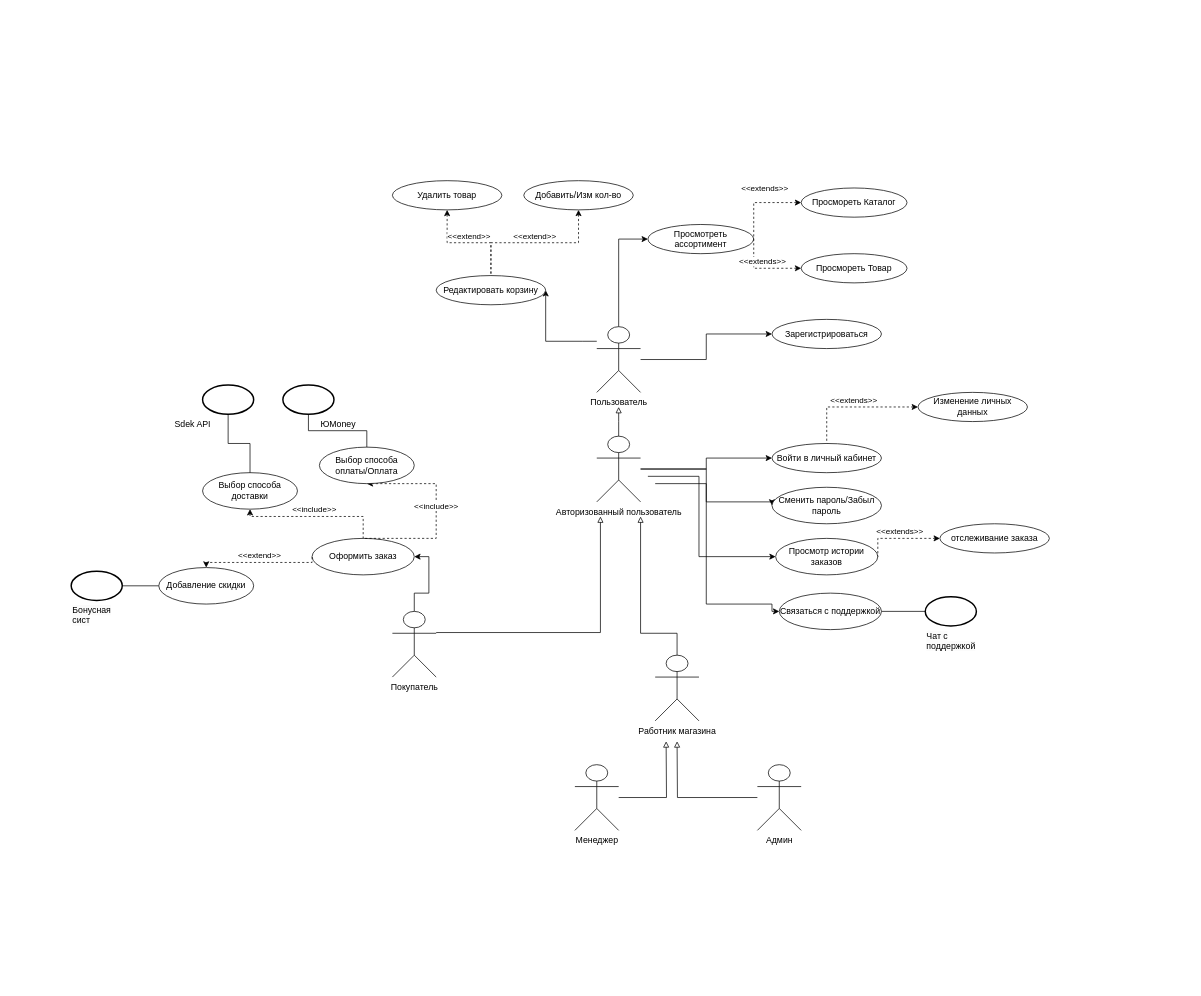
This is use-case.drawio from deZKI/store_django, a draw.io file, before an edit. Source tidied: cells renumbered, new cells numbered last; positions are measured from the earlier drawing's top-left corner, leaving out a move shared by most shapes. Both pictures are drawn from the tidied source at 73%, with x=0, y=0 at pixel (71, 180).
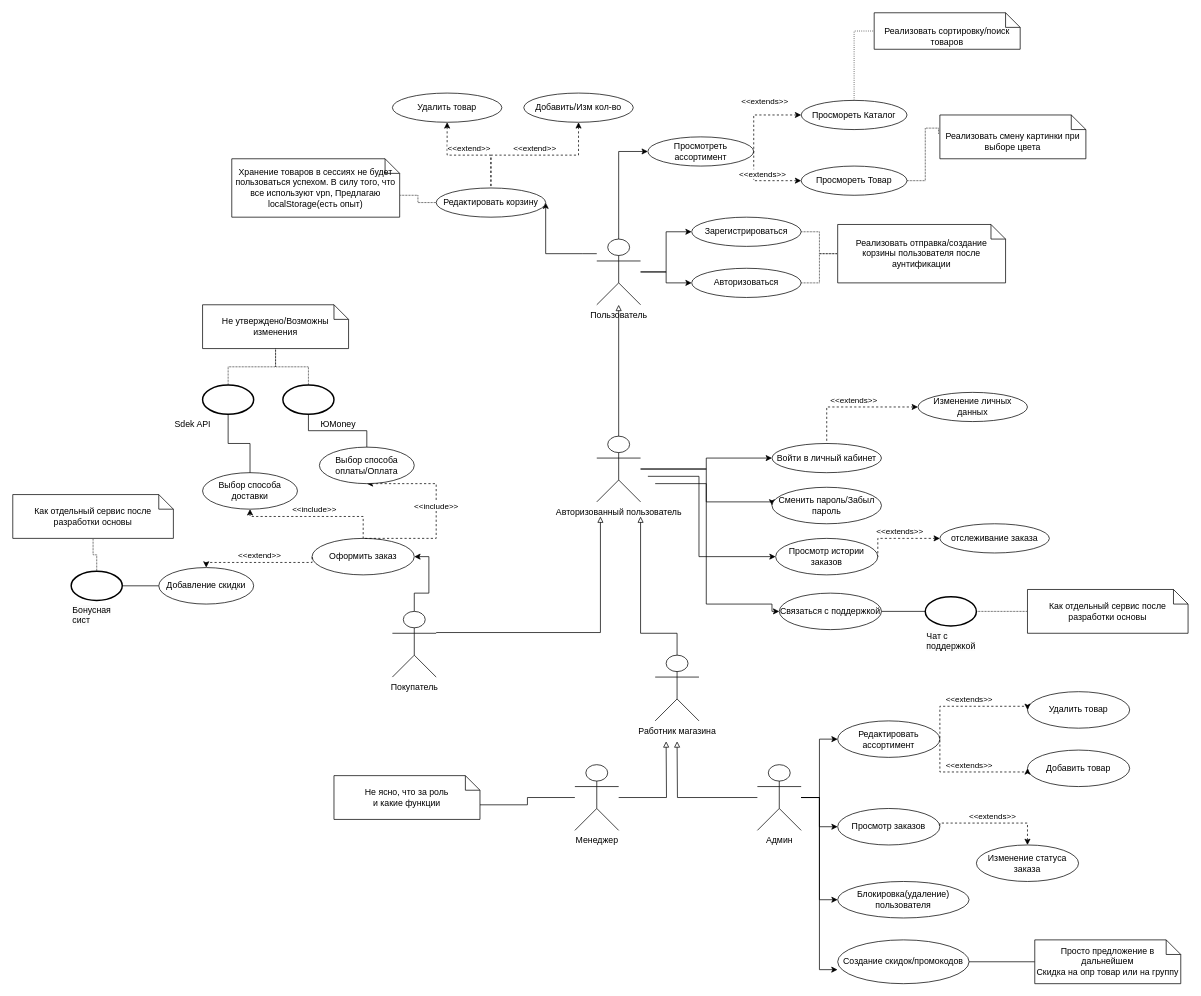
The same page after the edit.

Unchanged cells that the change refers to:
```xml
<mxCell id="5" value="Авторизованный пользователь" style="shape=umlActor;verticalLabelPosition=bottom;verticalAlign=top;html=1;outlineConnect=0;" parent="1" vertex="1">
  <mxGeometry x="720" y="350" width="60" height="90" as="geometry" />
</mxCell>
<mxCell id="11" value="Менеджер" style="shape=umlActor;verticalLabelPosition=bottom;verticalAlign=top;html=1;outlineConnect=0;" parent="1" vertex="1">
  <mxGeometry x="690" y="800" width="60" height="90" as="geometry" />
</mxCell>
<mxCell id="12" value="Админ&lt;br&gt;" style="shape=umlActor;verticalLabelPosition=bottom;verticalAlign=top;html=1;outlineConnect=0;" parent="1" vertex="1">
  <mxGeometry x="940" y="800" width="60" height="90" as="geometry" />
</mxCell>
<mxCell id="40" style="strokeWidth=2;html=1;shape=mxgraph.flowchart.start_2;whiteSpace=wrap;" parent="1" vertex="1">
  <mxGeometry y="535" width="70" height="40" as="geometry" />
</mxCell>
<mxCell id="42" style="strokeWidth=2;html=1;shape=mxgraph.flowchart.start_2;whiteSpace=wrap;" parent="1" vertex="1">
  <mxGeometry x="180" y="280" width="70" height="40" as="geometry" />
</mxCell>
<mxCell id="45" style="strokeWidth=2;html=1;shape=mxgraph.flowchart.start_2;whiteSpace=wrap;" parent="1" vertex="1">
  <mxGeometry x="290" y="280" width="70" height="40" as="geometry" />
</mxCell>
<mxCell id="57" style="strokeWidth=2;html=1;shape=mxgraph.flowchart.start_2;whiteSpace=wrap;" parent="1" vertex="1">
  <mxGeometry x="1170" y="570" width="70" height="40" as="geometry" />
</mxCell>
```

The edit, as a diff of the source:
```diff
@@
+    <mxCell id="59" style="edgeStyle=orthogonalEdgeStyle;rounded=0;jettySize=auto;html=1;entryX=0;entryY=0;entryDx=200;entryDy=40;entryPerimeter=0;endArrow=none;endFill=0;" parent="1" edge="1" source="11" target="90">
+      <mxGeometry relative="1" as="geometry" />
+    </mxCell>
@@
+    <mxCell id="60" style="edgeStyle=orthogonalEdgeStyle;rounded=0;jettySize=auto;html=1;entryX=0;entryY=0.5;entryDx=0;entryDy=0;" parent="1" edge="1" source="12" target="82">
+      <mxGeometry relative="1" as="geometry" />
+    </mxCell>
+    <mxCell id="61" style="edgeStyle=orthogonalEdgeStyle;rounded=0;jettySize=auto;html=1;entryX=0;entryY=0.5;entryDx=0;entryDy=0;" parent="1" edge="1" source="12" target="87">
+      <mxGeometry relative="1" as="geometry" />
+    </mxCell>
+    <mxCell id="62" style="edgeStyle=orthogonalEdgeStyle;rounded=0;jettySize=auto;html=1;entryX=0;entryY=0.5;entryDx=0;entryDy=0;" parent="1" edge="1" source="12" target="91">
+      <mxGeometry relative="1" as="geometry" />
+    </mxCell>
+    <mxCell id="63" style="edgeStyle=orthogonalEdgeStyle;rounded=0;jettySize=auto;html=1;entryX=-0.001;entryY=0.68;entryDx=0;entryDy=0;entryPerimeter=0;" parent="1" edge="1" source="12" target="92">
+      <mxGeometry relative="1" as="geometry" />
+    </mxCell>
@@
     <mxCell id="18" value="Просмотреть ассортимент" style="ellipse;whiteSpace=wrap;html=1;" parent="1" vertex="1">
-      <mxGeometry x="790" y="60" width="145" height="40" as="geometry" />
+      <mxGeometry x="790" y="-60" width="145" height="40" as="geometry" />
     </mxCell>
     <mxCell id="19" style="edgeStyle=orthogonalEdgeStyle;rounded=0;jettySize=auto;html=1;entryX=1;entryY=0.5;entryDx=0;entryDy=0;" parent="1" edge="1" source="21" target="23">
       <mxGeometry relative="1" as="geometry">
         <Array as="points">
-          <mxPoint x="700" y="220" />
-          <mxPoint x="700" y="220" />
+          <mxPoint x="700" y="100" />
+          <mxPoint x="700" y="100" />
         </Array>
       </mxGeometry>
     </mxCell>
     <mxCell id="20" style="edgeStyle=orthogonalEdgeStyle;rounded=0;jettySize=auto;html=1;entryX=0;entryY=0.5;entryDx=0;entryDy=0;" parent="1" edge="1" source="21" target="18">
       <mxGeometry relative="1" as="geometry">
         <Array as="points">
-          <mxPoint x="750" y="80" />
+          <mxPoint x="750" y="-40" />
         </Array>
       </mxGeometry>
     </mxCell>
     <mxCell id="21" value="Пользователь&lt;br&gt;" style="shape=umlActor;verticalLabelPosition=bottom;verticalAlign=top;html=1;outlineConnect=0;" parent="1" vertex="1">
-      <mxGeometry x="720" y="200" width="60" height="90" as="geometry" />
+      <mxGeometry x="720" y="80" width="60" height="90" as="geometry" />
     </mxCell>
-    <mxCell id="22" style="edgeStyle=orthogonalEdgeStyle;rounded=0;jettySize=auto;html=1;endArrow=block;endFill=0;" parent="1" edge="1" source="5">
-      <mxGeometry relative="1" as="geometry">
-        <mxPoint x="750" y="310" as="targetPoint" />
-      </mxGeometry>
+    <mxCell id="22" style="edgeStyle=orthogonalEdgeStyle;rounded=0;jettySize=auto;html=1;endArrow=block;endFill=0;" parent="1" edge="1" source="5" target="21">
+      <mxGeometry relative="1" as="geometry" />
     </mxCell>
+    <mxCell id="64" style="edgeStyle=orthogonalEdgeStyle;rounded=0;jettySize=auto;html=1;entryX=0;entryY=0;entryDx=230;entryDy=50;entryPerimeter=0;endArrow=none;endFill=0;dashed=1;dashPattern=1 1;" parent="1" edge="1" source="23" target="81">
+      <mxGeometry relative="1" as="geometry" />
+    </mxCell>
     <mxCell id="23" value="Редактировать корзину" style="ellipse;whiteSpace=wrap;html=1;" parent="1" vertex="1">
-      <mxGeometry x="500" y="130" width="150" height="40" as="geometry" />
+      <mxGeometry x="500" y="10" width="150" height="40" as="geometry" />
     </mxCell>
@@
     <mxCell id="25" value="Добавить/Изм кол-во" style="ellipse;whiteSpace=wrap;html=1;" parent="1" vertex="1">
-      <mxGeometry x="620" width="150" height="40" as="geometry" />
+      <mxGeometry x="620" y="-120" width="150" height="40" as="geometry" />
     </mxCell>
     <mxCell id="26" value="Удалить товар" style="ellipse;whiteSpace=wrap;html=1;" parent="1" vertex="1">
-      <mxGeometry x="440" width="150" height="40" as="geometry" />
+      <mxGeometry x="440" y="-120" width="150" height="40" as="geometry" />
     </mxCell>
-    <mxCell id="27" value="&amp;lt;&amp;lt;extend&amp;gt;&amp;gt;" style="html=1;verticalAlign=bottom;endArrow=none;dashed=1;endSize=8;edgeStyle=elbowEdgeStyle;elbow=vertical;curved=0;rounded=0;startArrow=classic;startFill=1;endFill=0;entryX=0.5;entryY=0;entryDx=0;entryDy=0;exitX=0.5;exitY=1;exitDx=0;exitDy=0;" parent="1" edge="1" source="26" target="23">
-      <mxGeometry relative="1" as="geometry" />
+    <mxCell id="27" value="&amp;lt;&amp;lt;extend&amp;gt;&amp;gt;" style="html=1;verticalAlign=bottom;endArrow=none;dashed=1;endSize=8;edgeStyle=elbowEdgeStyle;elbow=vertical;curved=0;rounded=0;startArrow=classic;startFill=1;endFill=0;entryX=0.5;entryY=0;entryDx=0;entryDy=0;exitX=0.5;exitY=1;exitDx=0;exitDy=0;" parent="1" edge="1" target="23">
+      <mxGeometry relative="1" as="geometry">
+        <mxPoint x="515" y="-80" as="sourcePoint" />
+      </mxGeometry>
     </mxCell>
+    <mxCell id="65" style="edgeStyle=orthogonalEdgeStyle;rounded=0;jettySize=auto;html=1;entryX=0;entryY=0.5;entryDx=0;entryDy=0;entryPerimeter=0;endArrow=none;endFill=0;dashed=1;dashPattern=1 2;" parent="1" edge="1" source="28" target="76">
+      <mxGeometry relative="1" as="geometry" />
+    </mxCell>
     <mxCell id="28" value="Просмореть Каталог" style="ellipse;whiteSpace=wrap;html=1;" parent="1" vertex="1">
-      <mxGeometry x="1000" y="10" width="145" height="40" as="geometry" />
+      <mxGeometry x="1000" y="-110" width="145" height="40" as="geometry" />
     </mxCell>
+    <mxCell id="66" style="edgeStyle=orthogonalEdgeStyle;rounded=0;jettySize=auto;html=1;entryX=-0.009;entryY=0.265;entryDx=0;entryDy=0;entryPerimeter=0;startArrow=none;startFill=0;endArrow=none;endFill=0;dashed=1;dashPattern=1 1;" parent="1" edge="1" source="29">
+      <mxGeometry relative="1" as="geometry">
+        <mxPoint x="1188.2" y="-64.1" as="targetPoint" />
+        <Array as="points">
+          <mxPoint x="1170" />
+          <mxPoint x="1170" y="-72" />
+        </Array>
+      </mxGeometry>
+    </mxCell>
     <mxCell id="29" value="Просмореть Товар" style="ellipse;whiteSpace=wrap;html=1;" parent="1" vertex="1">
-      <mxGeometry x="1000" y="100" width="145" height="40" as="geometry" />
+      <mxGeometry x="1000" y="-20" width="145" height="40" as="geometry" />
     </mxCell>
     <mxCell id="30" value="&amp;lt;&amp;lt;extends&amp;gt;&amp;gt;" style="html=1;verticalAlign=bottom;endArrow=none;dashed=1;endSize=8;edgeStyle=elbowEdgeStyle;elbow=vertical;curved=0;rounded=0;startArrow=classic;startFill=1;endFill=0;entryX=1;entryY=0.5;entryDx=0;entryDy=0;exitX=0;exitY=0.5;exitDx=0;exitDy=0;" parent="1" edge="1" source="28" target="18">
       <mxGeometry x="-0.13" y="-10" relative="1" as="geometry">
         <Array as="points">
-          <mxPoint x="880" y="30" />
-          <mxPoint x="880" y="10" />
+          <mxPoint x="880" y="-90" />
+          <mxPoint x="880" y="-110" />
         </Array>
       </mxGeometry>
     </mxCell>
     <mxCell id="31" value="&amp;lt;&amp;lt;extends&amp;gt;&amp;gt;" style="html=1;verticalAlign=bottom;endArrow=none;dashed=1;endSize=8;edgeStyle=elbowEdgeStyle;elbow=vertical;curved=0;rounded=0;startArrow=classic;startFill=1;endFill=0;entryX=1;entryY=0.5;entryDx=0;entryDy=0;exitX=0;exitY=0.5;exitDx=0;exitDy=0;" parent="1" edge="1" source="29" target="18">
       <mxGeometry relative="1" as="geometry">
         <Array as="points">
-          <mxPoint x="970" y="120" />
+          <mxPoint x="970" />
         </Array>
       </mxGeometry>
     </mxCell>
@@
+    <mxCell id="67" style="edgeStyle=orthogonalEdgeStyle;rounded=0;jettySize=auto;html=1;entryX=0;entryY=0.5;entryDx=0;entryDy=0;entryPerimeter=0;endArrow=none;endFill=0;dashed=1;dashPattern=1 1;" parent="1" edge="1" source="39" target="75">
+      <mxGeometry relative="1" as="geometry" />
+    </mxCell>
     <mxCell id="39" value="Зарегистрироваться" style="ellipse;whiteSpace=wrap;html=1;" parent="1" vertex="1">
-      <mxGeometry x="960" y="190" width="150" height="40" as="geometry" />
+      <mxGeometry x="850" y="50" width="150" height="40" as="geometry" />
     </mxCell>
+    <mxCell id="68" style="edgeStyle=orthogonalEdgeStyle;rounded=0;jettySize=auto;html=1;entryX=0.5;entryY=1;entryDx=0;entryDy=0;entryPerimeter=0;endArrow=none;endFill=0;dashed=1;dashPattern=1 1;" parent="1" edge="1" source="40" target="79">
+      <mxGeometry relative="1" as="geometry" />
+    </mxCell>
@@
+    <mxCell id="69" style="edgeStyle=orthogonalEdgeStyle;rounded=0;jettySize=auto;html=1;entryX=0.5;entryY=1;entryDx=0;entryDy=0;entryPerimeter=0;endArrow=none;endFill=0;dashed=1;dashPattern=1 1;" parent="1" edge="1" source="42" target="78">
+      <mxGeometry relative="1" as="geometry" />
+    </mxCell>
@@
+    <mxCell id="70" style="edgeStyle=orthogonalEdgeStyle;rounded=0;jettySize=auto;html=1;entryX=0.5;entryY=1;entryDx=0;entryDy=0;entryPerimeter=0;startArrow=none;startFill=0;endArrow=none;endFill=0;dashed=1;dashPattern=1 1;" parent="1" edge="1" source="45" target="78">
+      <mxGeometry relative="1" as="geometry" />
+    </mxCell>
@@
+    <mxCell id="71" style="edgeStyle=orthogonalEdgeStyle;rounded=0;jettySize=auto;html=1;entryX=0;entryY=0.5;entryDx=0;entryDy=0;entryPerimeter=0;dashed=1;dashPattern=1 1;endArrow=none;endFill=0;" parent="1" edge="1" source="57" target="80">
+      <mxGeometry relative="1" as="geometry" />
+    </mxCell>
@@
+    <mxCell id="72" style="edgeStyle=orthogonalEdgeStyle;rounded=0;jettySize=auto;html=1;entryX=0;entryY=0.5;entryDx=0;entryDy=0;entryPerimeter=0;dashed=1;dashPattern=1 1;endArrow=none;endFill=0;" parent="1" edge="1" source="73" target="75">
+      <mxGeometry relative="1" as="geometry" />
+    </mxCell>
+    <mxCell id="73" value="Авторизоваться" style="ellipse;whiteSpace=wrap;html=1;" parent="1" vertex="1">
+      <mxGeometry x="850" y="120" width="150" height="40" as="geometry" />
+    </mxCell>
+    <mxCell id="74" style="edgeStyle=orthogonalEdgeStyle;rounded=0;jettySize=auto;html=1;entryX=0;entryY=0.5;entryDx=0;entryDy=0;" parent="1" edge="1" source="21" target="73">
+      <mxGeometry relative="1" as="geometry" />
+    </mxCell>
+    <mxCell id="75" value="Реализовать отправка/создание корзины пользователя после аунтификации" style="shape=note;size=20;whiteSpace=wrap;html=1;" parent="1" vertex="1">
+      <mxGeometry x="1050" y="60" width="230" height="80" as="geometry" />
+    </mxCell>
+    <mxCell id="76" value="&lt;br&gt;Реализовать сортировку/поиск товаров" style="shape=note;size=20;whiteSpace=wrap;html=1;" parent="1" vertex="1">
+      <mxGeometry x="1100" y="-230" width="200" height="50" as="geometry" />
+    </mxCell>
+    <mxCell id="77" value="&lt;br&gt;Реализовать смену картинки при выборе цвета" style="shape=note;size=20;whiteSpace=wrap;html=1;" parent="1" vertex="1">
+      <mxGeometry x="1190" y="-90" width="200" height="60" as="geometry" />
+    </mxCell>
+    <mxCell id="78" value="Не утверждено/Возможны изменения" style="shape=note;size=20;whiteSpace=wrap;html=1;" parent="1" vertex="1">
+      <mxGeometry x="180" y="170" width="200" height="60" as="geometry" />
+    </mxCell>
+    <mxCell id="79" value="Как отдельный сервис после разработки основы" style="shape=note;size=20;whiteSpace=wrap;html=1;" parent="1" vertex="1">
+      <mxGeometry x="-80" y="430" width="220" height="60" as="geometry" />
+    </mxCell>
+    <mxCell id="80" value="Как отдельный сервис после разработки основы" style="shape=note;size=20;whiteSpace=wrap;html=1;" parent="1" vertex="1">
+      <mxGeometry x="1310" y="560" width="220" height="60" as="geometry" />
+    </mxCell>
+    <mxCell id="81" value="Хранение товаров в сессиях не будет пользоваться успехом. В силу того, что все используют vpn, Предлагаю localStorage(есть опыт)" style="shape=note;size=20;whiteSpace=wrap;html=1;" parent="1" vertex="1">
+      <mxGeometry x="220" y="-30" width="230" height="80" as="geometry" />
+    </mxCell>
+    <mxCell id="82" value="Редактировать ассортимент" style="ellipse;whiteSpace=wrap;html=1;" parent="1" vertex="1">
+      <mxGeometry x="1050" y="740" width="140" height="50" as="geometry" />
+    </mxCell>
+    <mxCell id="83" value="Удалить товар" style="ellipse;whiteSpace=wrap;html=1;" parent="1" vertex="1">
+      <mxGeometry x="1310" y="700" width="140" height="50" as="geometry" />
+    </mxCell>
+    <mxCell id="84" value="Добавить товар" style="ellipse;whiteSpace=wrap;html=1;" parent="1" vertex="1">
+      <mxGeometry x="1310" y="780" width="140" height="50" as="geometry" />
+    </mxCell>
+    <mxCell id="85" value="&amp;lt;&amp;lt;extends&amp;gt;&amp;gt;" style="html=1;verticalAlign=bottom;endArrow=none;dashed=1;endSize=8;edgeStyle=elbowEdgeStyle;elbow=vertical;curved=0;rounded=0;startArrow=classic;startFill=1;endFill=0;entryX=1;entryY=0.5;entryDx=0;entryDy=0;exitX=0;exitY=0.5;exitDx=0;exitDy=0;" parent="1" edge="1" source="83" target="82">
+      <mxGeometry relative="1" as="geometry">
+        <Array as="points">
+          <mxPoint x="1230" y="720" />
+        </Array>
+      </mxGeometry>
+    </mxCell>
+    <mxCell id="86" value="&amp;lt;&amp;lt;extends&amp;gt;&amp;gt;" style="html=1;verticalAlign=bottom;endArrow=none;dashed=1;endSize=8;edgeStyle=elbowEdgeStyle;elbow=vertical;curved=0;rounded=0;startArrow=classic;startFill=1;endFill=0;exitX=0;exitY=0.5;exitDx=0;exitDy=0;entryX=1;entryY=0.5;entryDx=0;entryDy=0;" parent="1" edge="1" source="84" target="82">
+      <mxGeometry relative="1" as="geometry">
+        <Array as="points">
+          <mxPoint x="1200" y="810" />
+        </Array>
+      </mxGeometry>
+    </mxCell>
+    <mxCell id="87" value="Просмотр заказов" style="ellipse;whiteSpace=wrap;html=1;" parent="1" vertex="1">
+      <mxGeometry x="1050" y="860" width="140" height="50" as="geometry" />
+    </mxCell>
+    <mxCell id="88" value="Изменение статуса заказа" style="ellipse;whiteSpace=wrap;html=1;" parent="1" vertex="1">
+      <mxGeometry x="1240" y="910" width="140" height="50" as="geometry" />
+    </mxCell>
+    <mxCell id="89" value="&amp;lt;&amp;lt;extends&amp;gt;&amp;gt;" style="html=1;verticalAlign=bottom;endArrow=none;dashed=1;endSize=8;edgeStyle=elbowEdgeStyle;elbow=vertical;curved=0;rounded=0;startArrow=classic;startFill=1;endFill=0;exitX=0.5;exitY=0;exitDx=0;exitDy=0;entryX=1;entryY=0.5;entryDx=0;entryDy=0;" parent="1" edge="1" source="88" target="87">
+      <mxGeometry relative="1" as="geometry">
+        <Array as="points">
+          <mxPoint x="1220" y="880" />
+        </Array>
+      </mxGeometry>
+    </mxCell>
+    <mxCell id="90" value="Не ясно, что за роль&lt;br&gt;и какие функции" style="shape=note;size=20;whiteSpace=wrap;html=1;" parent="1" vertex="1">
+      <mxGeometry x="360" y="815" width="200" height="60" as="geometry" />
+    </mxCell>
+    <mxCell id="91" value="Блокировка(удаление) пользователя" style="ellipse;whiteSpace=wrap;html=1;" parent="1" vertex="1">
+      <mxGeometry x="1050" y="960" width="180" height="50" as="geometry" />
+    </mxCell>
+    <mxCell id="92" value="Создание скидок/промокодов" style="ellipse;whiteSpace=wrap;html=1;" parent="1" vertex="1">
+      <mxGeometry x="1050" y="1040" width="180" height="60" as="geometry" />
+    </mxCell>
+    <mxCell id="93" style="edgeStyle=orthogonalEdgeStyle;rounded=0;jettySize=auto;html=1;entryX=1;entryY=0.5;entryDx=0;entryDy=0;endArrow=none;endFill=0;" parent="1" edge="1" source="94" target="92">
+      <mxGeometry relative="1" as="geometry" />
+    </mxCell>
+    <mxCell id="94" value="Просто предложение в дальнейшем&lt;br&gt;Скидка на опр товар или на группу" style="shape=note;size=20;whiteSpace=wrap;html=1;" parent="1" vertex="1">
+      <mxGeometry x="1320" y="1040" width="200" height="60" as="geometry" />
+    </mxCell>
```
